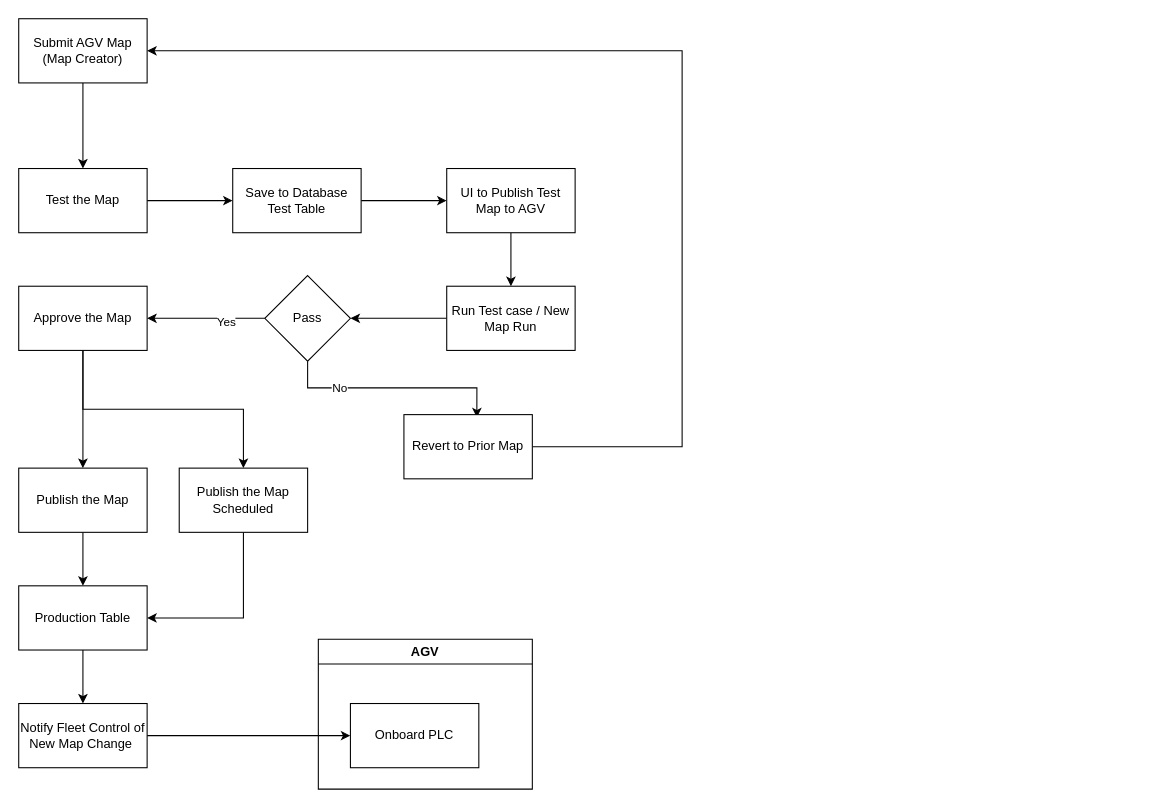
Earlier version of the draw.io diagram page "Page-1" (1 of 2) of AGV Map Approval.drawio (IlScottlI/docs). Source tidied: cells renumbered, new cells numbered last; positions are measured from the earlier drawing's top-left corner, leaving out a move shared by most shapes. Both pictures are drawn from the tidied source at 107%, with x=0, y=0 at pixel (18, 18).
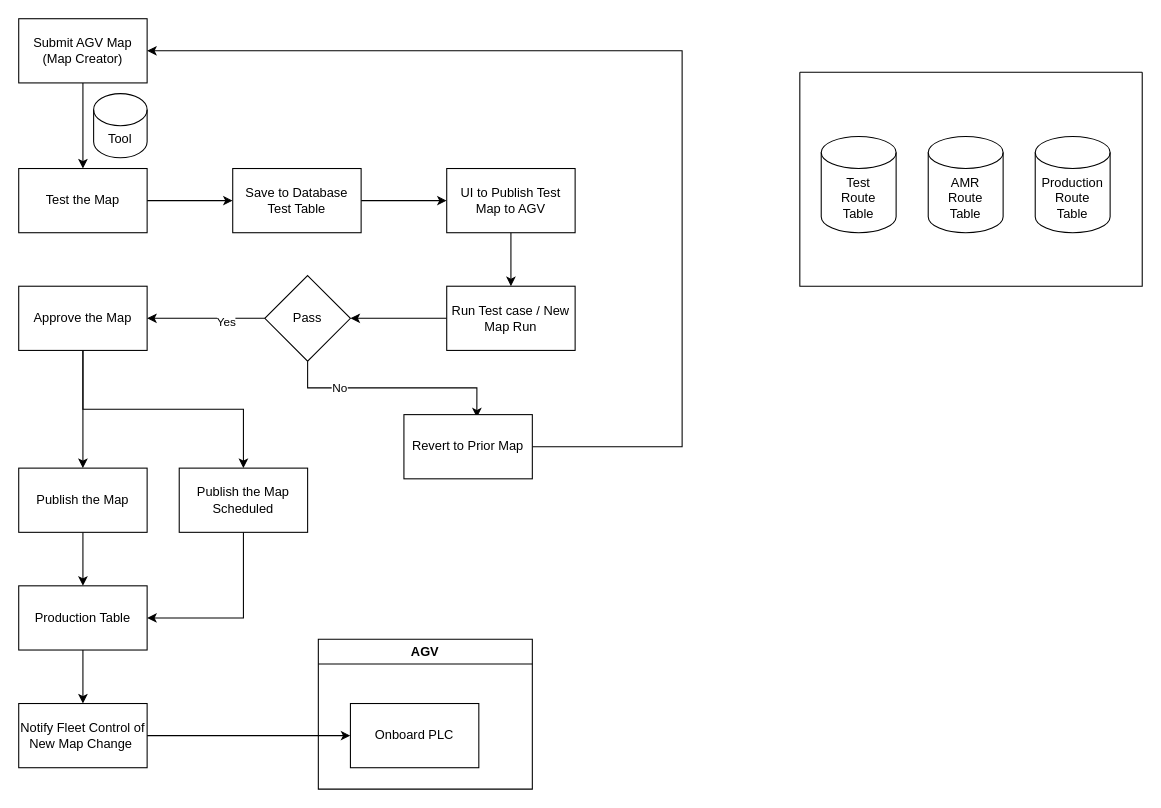
The same page after the edit.

The edit, as a diff of the source:
```diff
@@
+    <mxCell id="32" value="Tool" style="shape=cylinder3;whiteSpace=wrap;html=1;boundedLbl=1;backgroundOutline=1;size=15;" parent="1" vertex="1">
+      <mxGeometry x="70" y="70" width="50" height="60" as="geometry" />
+    </mxCell>
+    <mxCell id="33" style="swimlane;startSize=0;" parent="1" vertex="1">
+      <mxGeometry x="730" y="50" width="320" height="200" as="geometry" />
+    </mxCell>
+    <mxCell id="34" value="Test &lt;br&gt;Route &lt;br&gt;Table" style="shape=cylinder3;whiteSpace=wrap;html=1;boundedLbl=1;backgroundOutline=1;size=15;" parent="33" vertex="1">
+      <mxGeometry x="20" y="60" width="70" height="90" as="geometry" />
+    </mxCell>
+    <mxCell id="35" value="Production&lt;br&gt;Route &lt;br&gt;Table" style="shape=cylinder3;whiteSpace=wrap;html=1;boundedLbl=1;backgroundOutline=1;size=15;" parent="33" vertex="1">
+      <mxGeometry x="220" y="60" width="70" height="90" as="geometry" />
+    </mxCell>
+    <mxCell id="36" value="AMR&lt;br&gt;Route&lt;br&gt;Table" style="shape=cylinder3;whiteSpace=wrap;html=1;boundedLbl=1;backgroundOutline=1;size=15;" parent="33" vertex="1">
+      <mxGeometry x="120" y="60" width="70" height="90" as="geometry" />
+    </mxCell>
```
